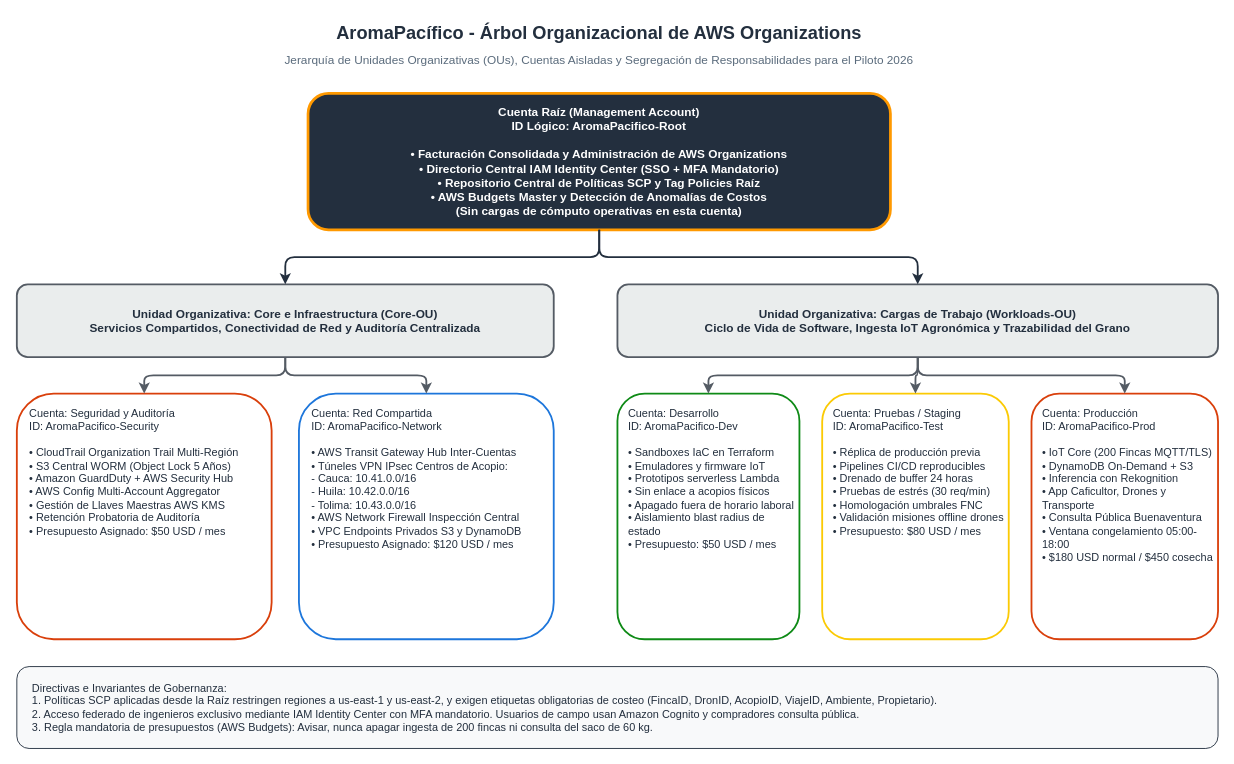
Earlier version of the draw.io diagram docs/architecture/diagrams/arbol-organizacional.drawio (aromapacifico-platform/planning). Source tidied: cells renumbered, new cells numbered last; positions are measured from the earlier drawing's top-left corner, leaving out a move shared by most shapes. Both pictures are drawn from the tidied source at 91%, with x=0, y=0 at pixel (16, 15).
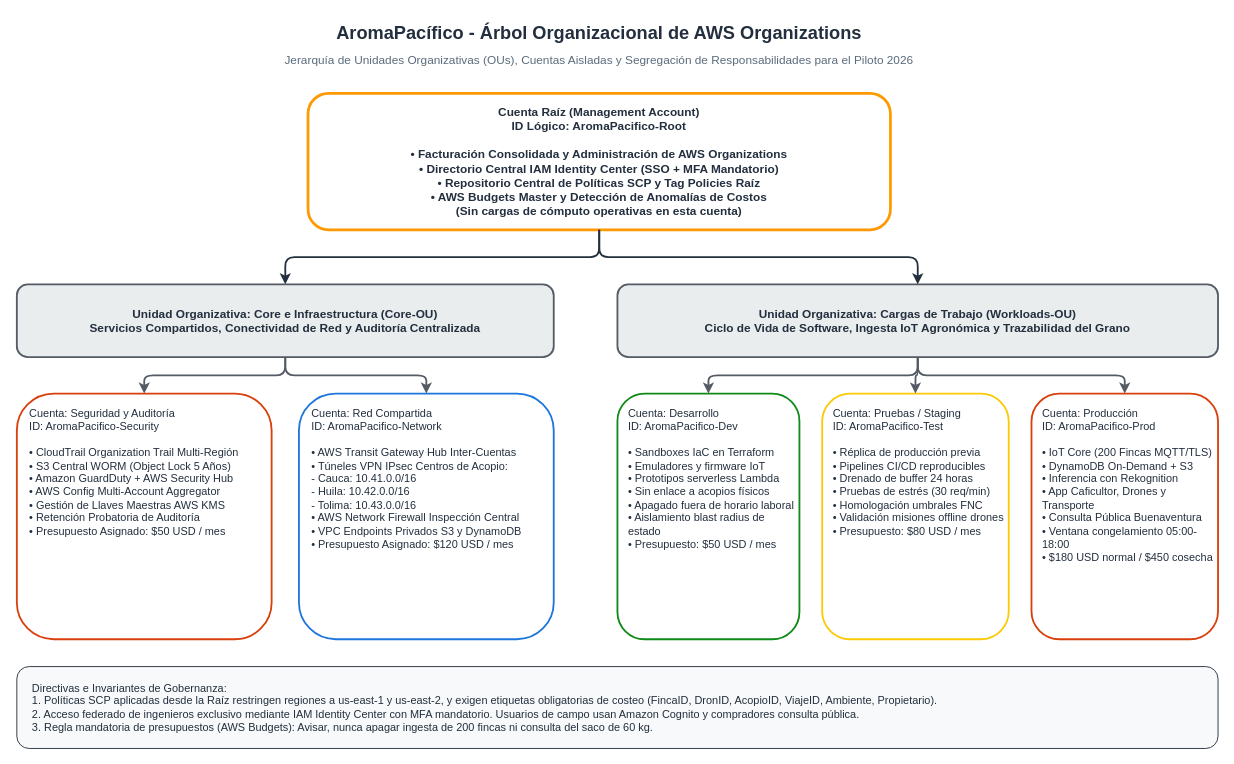
The same page after the edit.

The edit, as a diff of the source:
```diff
@@
 <mxGraphModel background="#FFFFFF">
   <root>
     <mxCell id="0" />
     <mxCell id="1" parent="0" />
     <mxCell id="2" value="AromaPacífico - Árbol Organizacional de AWS Organizations" style="text;html=1;strokeColor=none;fillColor=none;align=center;verticalAlign=middle;whiteSpace=wrap;rounded=0;fontSize=20;fontStyle=1;fontColor=#232F3E;" parent="1" vertex="1">
       <mxGeometry x="190" width="900" height="35" as="geometry" />
     </mxCell>
     <mxCell id="3" value="Jerarquía de Unidades Organizativas (OUs), Cuentas Aisladas y Segregación de Responsabilidades para el Piloto 2026" style="text;html=1;strokeColor=none;fillColor=none;align=center;verticalAlign=middle;whiteSpace=wrap;rounded=0;fontSize=13;fontStyle=0;fontColor=#5A6B7C;" parent="1" vertex="1">
       <mxGeometry x="190" y="35" width="900" height="25" as="geometry" />
     </mxCell>
-    <mxCell id="4" value="Cuenta Raíz (Management Account)&#10;ID Lógico: AromaPacifico-Root&#10;&#10;• Facturación Consolidada y Administración de AWS Organizations&#10;• Directorio Central IAM Identity Center (SSO + MFA Mandatorio)&#10;• Repositorio Central de Políticas SCP y Tag Policies Raíz&#10;• AWS Budgets Master y Detección de Anomalías de Costos&#10;(Sin cargas de cómputo operativas en esta cuenta)" style="rounded=1;whiteSpace=wrap;html=1;fillColor=#232F3E;strokeColor=#FF9900;strokeWidth=3;fontColor=#FFFFFF;fontSize=13;fontStyle=1;align=center;verticalAlign=middle;spacing=10;" parent="1" vertex="1">
+    <mxCell id="4" value="Cuenta Raíz (Management Account)&#10;ID Lógico: AromaPacifico-Root&#10;&#10;• Facturación Consolidada y Administración de AWS Organizations&#10;• Directorio Central IAM Identity Center (SSO + MFA Mandatorio)&#10;• Repositorio Central de Políticas SCP y Tag Policies Raíz&#10;• AWS Budgets Master y Detección de Anomalías de Costos&#10;(Sin cargas de cómputo operativas en esta cuenta)" style="rounded=1;whiteSpace=wrap;html=1;fillColor=#FFFFFF;strokeColor=#FF9900;strokeWidth=3;fontColor=#232F3E;fontSize=13;fontStyle=1;align=center;verticalAlign=middle;spacing=10;" parent="1" vertex="1">
       <mxGeometry x="320" y="85" width="640" height="150" as="geometry" />
     </mxCell>
     <mxCell id="5" value="Unidad Organizativa: Core e Infraestructura (Core-OU)&#10;Servicios Compartidos, Conectividad de Red y Auditoría Centralizada" style="rounded=1;whiteSpace=wrap;html=1;fillColor=#EAEDED;strokeColor=#545B64;strokeWidth=2;fontColor=#232F3E;fontSize=13;fontStyle=1;align=center;verticalAlign=middle;spacing=8;" parent="1" vertex="1">
       <mxGeometry y="295" width="590" height="80" as="geometry" />
     </mxCell>
     <mxCell id="6" value="Cuenta: Seguridad y Auditoría&#10;ID: AromaPacifico-Security&#10;&#10;• CloudTrail Organization Trail Multi-Región&#10;• S3 Central WORM (Object Lock 5 Años)&#10;• Amazon GuardDuty + AWS Security Hub&#10;• AWS Config Multi-Account Aggregator&#10;• Gestión de Llaves Maestras AWS KMS&#10;• Retención Probatoria de Auditoría&#10;• Presupuesto Asignado: $50 USD / mes" style="rounded=1;whiteSpace=wrap;html=1;fillColor=#FFFFFF;strokeColor=#D93F0B;strokeWidth=2;fontSize=12;align=left;spacingLeft=12;spacingTop=8;fontColor=#232F3E;verticalAlign=top;" parent="1" vertex="1">
       <mxGeometry y="415" width="280" height="270" as="geometry" />
     </mxCell>
     <mxCell id="7" value="Cuenta: Red Compartida&#10;ID: AromaPacifico-Network&#10;&#10;• AWS Transit Gateway Hub Inter-Cuentas&#10;• Túneles VPN IPsec Centros de Acopio:&#10;  - Cauca: 10.41.0.0/16&#10;  - Huila: 10.42.0.0/16&#10;  - Tolima: 10.43.0.0/16&#10;• AWS Network Firewall Inspección Central&#10;• VPC Endpoints Privados S3 y DynamoDB&#10;• Presupuesto Asignado: $120 USD / mes" style="rounded=1;whiteSpace=wrap;html=1;fillColor=#FFFFFF;strokeColor=#1D76DB;strokeWidth=2;fontSize=12;align=left;spacingLeft=12;spacingTop=8;fontColor=#232F3E;verticalAlign=top;" parent="1" vertex="1">
       <mxGeometry x="310" y="415" width="280" height="270" as="geometry" />
     </mxCell>
     <mxCell id="8" value="Unidad Organizativa: Cargas de Trabajo (Workloads-OU)&#10;Ciclo de Vida de Software, Ingesta IoT Agronómica y Trazabilidad del Grano" style="rounded=1;whiteSpace=wrap;html=1;fillColor=#EAEDED;strokeColor=#545B64;strokeWidth=2;fontColor=#232F3E;fontSize=13;fontStyle=1;align=center;verticalAlign=middle;spacing=8;" parent="1" vertex="1">
       <mxGeometry x="660" y="295" width="660" height="80" as="geometry" />
     </mxCell>
     <mxCell id="9" value="Cuenta: Desarrollo&#10;ID: AromaPacifico-Dev&#10;&#10;• Sandboxes IaC en Terraform&#10;• Emuladores y firmware IoT&#10;• Prototipos serverless Lambda&#10;• Sin enlace a acopios físicos&#10;• Apagado fuera de horario laboral&#10;• Aislamiento blast radius de estado&#10;• Presupuesto: $50 USD / mes" style="rounded=1;whiteSpace=wrap;html=1;fillColor=#FFFFFF;strokeColor=#0E8A16;strokeWidth=2;fontSize=12;align=left;spacingLeft=10;spacingTop=8;fontColor=#232F3E;verticalAlign=top;" parent="1" vertex="1">
       <mxGeometry x="660" y="415" width="200" height="270" as="geometry" />
     </mxCell>
     <mxCell id="10" value="Cuenta: Pruebas / Staging&#10;ID: AromaPacifico-Test&#10;&#10;• Réplica de producción previa&#10;• Pipelines CI/CD reproducibles&#10;• Drenado de buffer 24 horas&#10;• Pruebas de estrés (30 req/min)&#10;• Homologación umbrales FNC&#10;• Validación misiones offline drones&#10;• Presupuesto: $80 USD / mes" style="rounded=1;whiteSpace=wrap;html=1;fillColor=#FFFFFF;strokeColor=#FBCA04;strokeWidth=2;fontSize=12;align=left;spacingLeft=10;spacingTop=8;fontColor=#232F3E;verticalAlign=top;" parent="1" vertex="1">
       <mxGeometry x="885" y="415" width="205" height="270" as="geometry" />
     </mxCell>
     <mxCell id="11" value="Cuenta: Producción&#10;ID: AromaPacifico-Prod&#10;&#10;• IoT Core (200 Fincas MQTT/TLS)&#10;• DynamoDB On-Demand + S3&#10;• Inferencia con Rekognition&#10;• App Caficultor, Drones y Transporte&#10;• Consulta Pública Buenaventura&#10;• Ventana congelamiento 05:00-18:00&#10;• $180 USD normal / $450 cosecha" style="rounded=1;whiteSpace=wrap;html=1;fillColor=#FFFFFF;strokeColor=#D93F0B;strokeWidth=2;fontSize=12;align=left;spacingLeft=10;spacingTop=8;fontColor=#232F3E;verticalAlign=top;" parent="1" vertex="1">
       <mxGeometry x="1115" y="415" width="205" height="270" as="geometry" />
     </mxCell>
     <mxCell id="12" value="Directivas e Invariantes de Gobernanza:&#10;1. Políticas SCP aplicadas desde la Raíz restringen regiones a us-east-1 y us-east-2, y exigen etiquetas obligatorias de costeo (FincaID, DronID, AcopioID, ViajeID, Ambiente, Propietario).&#10;2. Acceso federado de ingenieros exclusivo mediante IAM Identity Center con MFA mandatorio. Usuarios de campo usan Amazon Cognito y compradores consulta pública.&#10;3. Regla mandatoria de presupuestos (AWS Budgets): Avisar, nunca apagar ingesta de 200 fincas ni consulta del saco de 60 kg." style="rounded=1;whiteSpace=wrap;html=1;fillColor=#F8F9FA;strokeColor=#232F3E;strokeWidth=1;fontSize=12;align=left;spacingLeft=15;spacingTop=10;fontColor=#232F3E;verticalAlign=top;" parent="1" vertex="1">
       <mxGeometry y="715" width="1320" height="90" as="geometry" />
     </mxCell>
     <mxCell id="13" style="edgeStyle=orthogonalEdgeStyle;rounded=1;jettySize=auto;html=1;strokeColor=#232F3E;strokeWidth=2;fontSize=12;" parent="1" edge="1" source="4" target="5">
       <mxGeometry relative="1" as="geometry" />
     </mxCell>
     <mxCell id="14" style="edgeStyle=orthogonalEdgeStyle;rounded=1;jettySize=auto;html=1;strokeColor=#232F3E;strokeWidth=2;fontSize=12;" parent="1" edge="1" source="4" target="8">
       <mxGeometry relative="1" as="geometry" />
     </mxCell>
     <mxCell id="15" style="edgeStyle=orthogonalEdgeStyle;rounded=1;jettySize=auto;html=1;strokeColor=#545B64;strokeWidth=2;fontSize=12;" parent="1" edge="1" source="5" target="6">
       <mxGeometry relative="1" as="geometry" />
     </mxCell>
     <mxCell id="16" style="edgeStyle=orthogonalEdgeStyle;rounded=1;jettySize=auto;html=1;strokeColor=#545B64;strokeWidth=2;fontSize=12;" parent="1" edge="1" source="5" target="7">
       <mxGeometry relative="1" as="geometry" />
     </mxCell>
     <mxCell id="17" style="edgeStyle=orthogonalEdgeStyle;rounded=1;jettySize=auto;html=1;strokeColor=#545B64;strokeWidth=2;fontSize=12;" parent="1" edge="1" source="8" target="9">
       <mxGeometry relative="1" as="geometry" />
     </mxCell>
     <mxCell id="18" style="edgeStyle=orthogonalEdgeStyle;rounded=1;jettySize=auto;html=1;strokeColor=#545B64;strokeWidth=2;fontSize=12;" parent="1" edge="1" source="8" target="10">
       <mxGeometry relative="1" as="geometry" />
     </mxCell>
     <mxCell id="19" style="edgeStyle=orthogonalEdgeStyle;rounded=1;jettySize=auto;html=1;strokeColor=#545B64;strokeWidth=2;fontSize=12;" parent="1" edge="1" source="8" target="11">
       <mxGeometry relative="1" as="geometry" />
     </mxCell>
   </root>
 </mxGraphModel>
```
